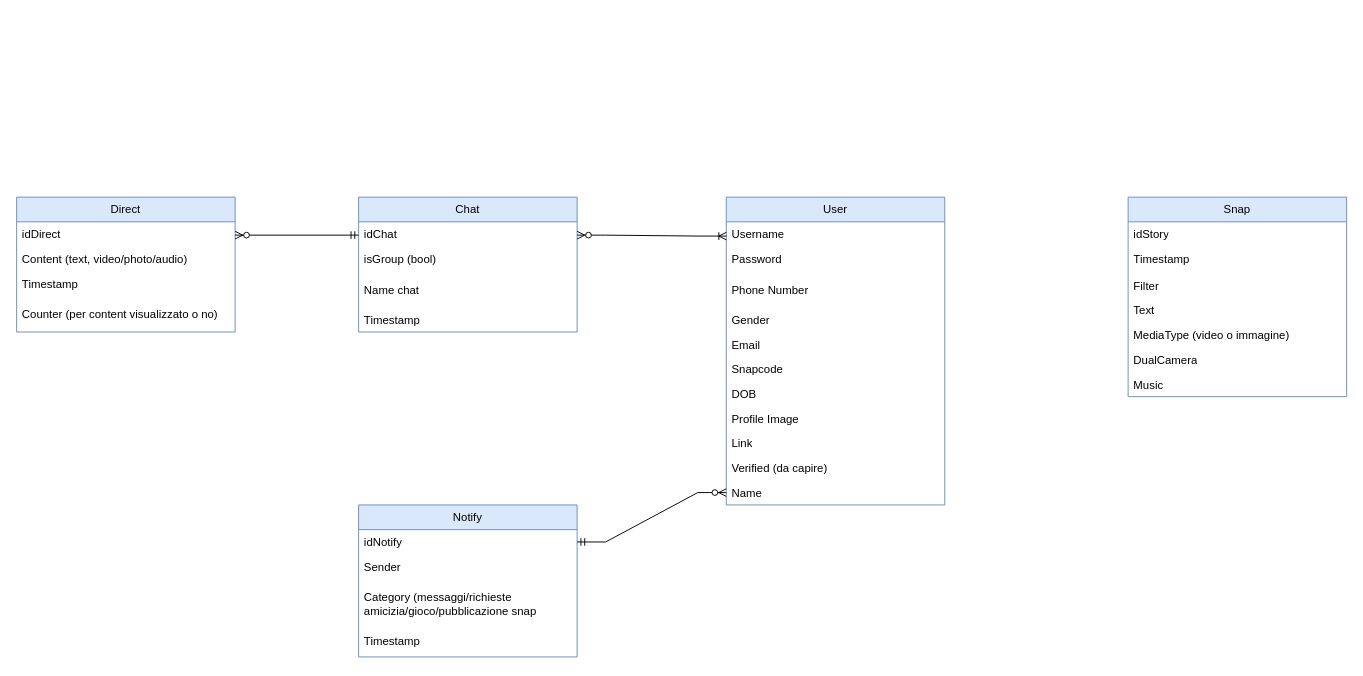
Antonet99/noSQL-Snapchat keeps this draw.io diagram as schema_concettuaale.drawio. Above is the earlier version. Source tidied: cells renumbered, new cells numbered last; positions are measured from the earlier drawing's top-left corner, leaving out a move shared by most shapes. Both pictures are drawn from the tidied source at 95%, with x=0, y=0 at pixel (16, 197).
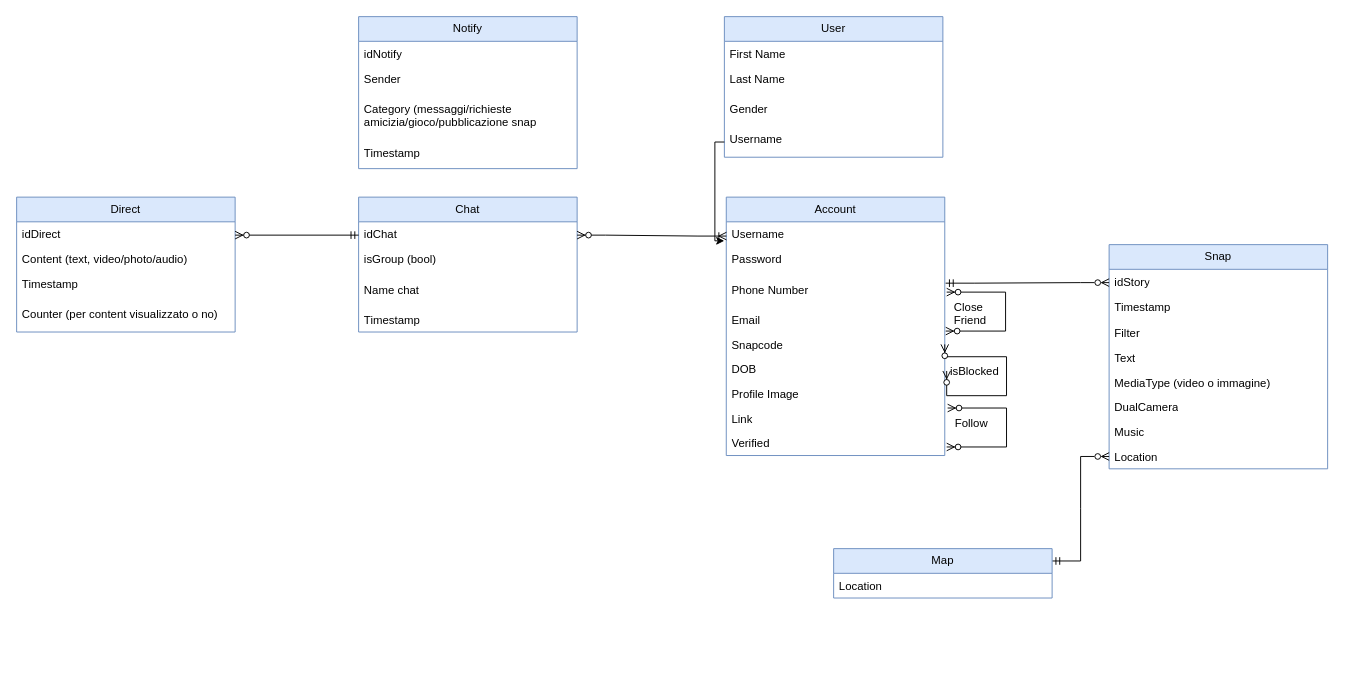
Above is the later version.

Unchanged cells that the change refers to:
```xml
<mxCell id="13" value="Username" style="text;strokeColor=none;fillColor=none;align=left;verticalAlign=top;spacingLeft=4;spacingRight=4;overflow=hidden;points=[[0,0.5],[1,0.5]];portConstraint=eastwest;whiteSpace=wrap;html=1;" parent="12" vertex="1">
  <mxGeometry y="26" width="230" height="26" as="geometry" />
</mxCell>
<mxCell id="15" value="Phone Number" style="text;strokeColor=none;fillColor=none;align=left;verticalAlign=top;spacingLeft=4;spacingRight=4;overflow=hidden;points=[[0,0.5],[1,0.5]];portConstraint=eastwest;whiteSpace=wrap;html=1;" parent="12" vertex="1">
  <mxGeometry y="84" width="230" height="32" as="geometry" />
</mxCell>
<mxCell id="33" value="idNotify" style="text;strokeColor=none;fillColor=none;align=left;verticalAlign=top;spacingLeft=4;spacingRight=4;overflow=hidden;points=[[0,0.5],[1,0.5]];portConstraint=eastwest;whiteSpace=wrap;html=1;" parent="32" vertex="1">
  <mxGeometry y="26" width="230" height="26" as="geometry" />
</mxCell>
```

The edit, as a diff of the source:
```diff
@@
-    <mxCell id="12" value="User" style="swimlane;fontStyle=0;horizontal=1;startSize=26;fillColor=#dae8fc;whiteSpace=wrap;html=1;strokeColor=#6c8ebf;" parent="1" vertex="1">
-      <mxGeometry x="747" width="230" height="324" as="geometry" />
+    <mxCell id="12" value="Account" style="swimlane;fontStyle=0;horizontal=1;startSize=26;fillColor=#dae8fc;whiteSpace=wrap;html=1;strokeColor=#6c8ebf;" parent="1" vertex="1">
+      <mxGeometry x="747" width="230" height="272" as="geometry" />
     </mxCell>
@@
-    <mxCell id="16" value="Gender" style="text;strokeColor=none;fillColor=none;align=left;verticalAlign=top;spacingLeft=4;spacingRight=4;overflow=hidden;whiteSpace=wrap;html=1;" parent="12" vertex="1">
-      <mxGeometry y="116" width="230" height="26" as="geometry" />
-    </mxCell>
     <mxCell id="17" value="Email" style="text;strokeColor=none;fillColor=none;align=left;verticalAlign=top;spacingLeft=4;spacingRight=4;overflow=hidden;whiteSpace=wrap;html=1;" parent="12" vertex="1">
-      <mxGeometry y="142" width="230" height="26" as="geometry" />
+      <mxGeometry y="116" width="230" height="26" as="geometry" />
     </mxCell>
     <mxCell id="18" value="Snapcode" style="text;strokeColor=none;fillColor=none;align=left;verticalAlign=top;spacingLeft=4;spacingRight=4;overflow=hidden;points=[[0,0.5],[1,0.5]];portConstraint=eastwest;whiteSpace=wrap;html=1;" parent="12" vertex="1">
-      <mxGeometry y="168" width="230" height="26" as="geometry" />
+      <mxGeometry y="142" width="230" height="26" as="geometry" />
     </mxCell>
     <mxCell id="19" value="DOB" style="text;strokeColor=none;fillColor=none;align=left;verticalAlign=top;spacingLeft=4;spacingRight=4;overflow=hidden;whiteSpace=wrap;html=1;" parent="12" vertex="1">
-      <mxGeometry y="194" width="230" height="26" as="geometry" />
+      <mxGeometry y="168" width="230" height="26" as="geometry" />
     </mxCell>
     <mxCell id="20" value="Profile Image" style="text;strokeColor=none;fillColor=none;align=left;verticalAlign=top;spacingLeft=4;spacingRight=4;overflow=hidden;whiteSpace=wrap;html=1;" parent="12" vertex="1">
-      <mxGeometry y="220" width="230" height="26" as="geometry" />
+      <mxGeometry y="194" width="230" height="26" as="geometry" />
     </mxCell>
     <mxCell id="21" value="Link" style="text;strokeColor=none;fillColor=none;align=left;verticalAlign=top;spacingLeft=4;spacingRight=4;overflow=hidden;whiteSpace=wrap;html=1;" parent="12" vertex="1">
-      <mxGeometry y="246" width="230" height="26" as="geometry" />
+      <mxGeometry y="220" width="230" height="26" as="geometry" />
     </mxCell>
+    <mxCell id="40" style="fontSize=12;html=1;endArrow=ERzeroToMany;endFill=1;startArrow=ERzeroToMany;rounded=0;edgeStyle=orthogonalEdgeStyle;exitX=1;exitY=0.5;exitDx=0;exitDy=0;entryX=1;entryY=0.5;entryDx=0;entryDy=0;" parent="12" edge="1" target="18">
+      <mxGeometry relative="1" as="geometry">
+        <mxPoint x="232" y="183" as="sourcePoint" />
+        <Array as="points">
+          <mxPoint x="232" y="209" />
+          <mxPoint x="295" y="209" />
+          <mxPoint x="295" y="168" />
+          <mxPoint x="230" y="168" />
+        </Array>
+      </mxGeometry>
+    </mxCell>
-    <mxCell id="22" value="Verified (da capire)" style="text;strokeColor=none;fillColor=none;align=left;verticalAlign=top;spacingLeft=4;spacingRight=4;overflow=hidden;whiteSpace=wrap;html=1;" parent="12" vertex="1">
-      <mxGeometry y="272" width="230" height="26" as="geometry" />
+    <mxCell id="22" value="Verified" style="text;strokeColor=none;fillColor=none;align=left;verticalAlign=top;spacingLeft=4;spacingRight=4;overflow=hidden;whiteSpace=wrap;html=1;" parent="12" vertex="1">
+      <mxGeometry y="246" width="230" height="26" as="geometry" />
     </mxCell>
-    <mxCell id="23" value="Name" style="text;strokeColor=none;fillColor=none;align=left;verticalAlign=top;spacingLeft=4;spacingRight=4;overflow=hidden;points=[[0,0.5],[1,0.5]];portConstraint=eastwest;whiteSpace=wrap;html=1;" parent="12" vertex="1">
-      <mxGeometry y="298" width="230" height="26" as="geometry" />
-    </mxCell>
     <mxCell id="24" value="Snap" style="swimlane;fontStyle=0;horizontal=1;startSize=26;fillColor=#dae8fc;whiteSpace=wrap;html=1;strokeColor=#6c8ebf;" parent="1" vertex="1">
-      <mxGeometry x="1170" width="230" height="210" as="geometry" />
+      <mxGeometry x="1150" y="50" width="230" height="236" as="geometry" />
     </mxCell>
@@
+    <mxCell id="41" value="Location" style="text;strokeColor=none;fillColor=none;align=left;verticalAlign=top;spacingLeft=4;spacingRight=4;overflow=hidden;points=[[0,0.5],[1,0.5]];portConstraint=eastwest;whiteSpace=wrap;html=1;" parent="24" vertex="1">
+      <mxGeometry y="210" width="230" height="26" as="geometry" />
+    </mxCell>
     <mxCell id="32" value="Notify" style="swimlane;fontStyle=0;horizontal=1;startSize=26;fillColor=#dae8fc;whiteSpace=wrap;html=1;strokeColor=#6c8ebf;" parent="1" vertex="1">
-      <mxGeometry x="360" y="324" width="230" height="160" as="geometry" />
+      <mxGeometry x="360" y="-190" width="230" height="160" as="geometry" />
     </mxCell>
@@
-    <mxCell id="39" style="edgeStyle=entityRelationEdgeStyle;fontSize=12;html=1;endArrow=ERzeroToMany;startArrow=ERmandOne;rounded=0;entryX=0;entryY=0.5;entryDx=0;entryDy=0;exitX=1;exitY=0.5;exitDx=0;exitDy=0;" parent="1" edge="1" source="33" target="23">
-      <mxGeometry relative="1" as="geometry">
-        <Array as="points">
-          <mxPoint x="680" y="440" />
-        </Array>
-      </mxGeometry>
-    </mxCell>
+    <mxCell id="42" value="isBlocked" style="text;strokeColor=none;fillColor=none;spacingLeft=4;spacingRight=4;overflow=hidden;fontSize=12;whiteSpace=wrap;html=1;" parent="1" vertex="1">
+      <mxGeometry x="977" y="170" width="65" height="30" as="geometry" />
+    </mxCell>
+    <mxCell id="43" style="fontSize=12;html=1;endArrow=ERzeroToMany;endFill=1;startArrow=ERzeroToMany;rounded=0;edgeStyle=orthogonalEdgeStyle;entryX=1.004;entryY=0.923;entryDx=0;entryDy=0;entryPerimeter=0;exitX=1;exitY=0.5;exitDx=0;exitDy=0;" parent="1" edge="1">
+      <mxGeometry relative="1" as="geometry">
+        <mxPoint x="979" y="263" as="sourcePoint" />
+        <mxPoint x="980" y="222" as="targetPoint" />
+        <Array as="points">
+          <mxPoint x="1042" y="263" />
+          <mxPoint x="1042" y="222" />
+        </Array>
+      </mxGeometry>
+    </mxCell>
+    <mxCell id="44" value="Follow" style="text;strokeColor=none;fillColor=none;spacingLeft=4;spacingRight=4;overflow=hidden;fontSize=12;whiteSpace=wrap;html=1;" parent="1" vertex="1">
+      <mxGeometry x="982" y="224" width="50" height="30" as="geometry" />
+    </mxCell>
+    <mxCell id="45" value="Close&lt;br&gt;Friend" style="text;strokeColor=none;fillColor=none;spacingLeft=4;spacingRight=4;overflow=hidden;fontSize=12;whiteSpace=wrap;html=1;" parent="1" vertex="1">
+      <mxGeometry x="981" y="102" width="50" height="30" as="geometry" />
+    </mxCell>
+    <mxCell id="46" style="fontSize=12;html=1;endArrow=ERzeroToMany;endFill=1;startArrow=ERzeroToMany;rounded=0;edgeStyle=orthogonalEdgeStyle;entryX=1.004;entryY=0.923;entryDx=0;entryDy=0;entryPerimeter=0;exitX=1;exitY=0.5;exitDx=0;exitDy=0;" parent="1" edge="1">
+      <mxGeometry relative="1" as="geometry">
+        <mxPoint x="978" y="141" as="sourcePoint" />
+        <mxPoint x="979" y="100" as="targetPoint" />
+        <Array as="points">
+          <mxPoint x="1041" y="141" />
+          <mxPoint x="1041" y="100" />
+        </Array>
+      </mxGeometry>
+    </mxCell>
+    <mxCell id="47" style="edgeStyle=entityRelationEdgeStyle;fontSize=12;html=1;endArrow=ERzeroToMany;startArrow=ERmandOne;rounded=0;exitX=1.004;exitY=0.205;exitDx=0;exitDy=0;exitPerimeter=0;startFill=0;endFill=0;" parent="1" edge="1" source="15">
+      <mxGeometry relative="1" as="geometry">
+        <mxPoint x="1150" y="90" as="targetPoint" />
+      </mxGeometry>
+    </mxCell>
+    <mxCell id="48" style="edgeStyle=entityRelationEdgeStyle;fontSize=12;html=1;endArrow=ERzeroToMany;startArrow=ERmandOne;rounded=0;startFill=0;endFill=0;entryX=0;entryY=0.5;entryDx=0;entryDy=0;exitX=1;exitY=0.25;exitDx=0;exitDy=0;" parent="1" edge="1" source="49" target="41">
+      <mxGeometry relative="1" as="geometry" />
+    </mxCell>
+    <mxCell id="49" value="Map" style="swimlane;fontStyle=0;horizontal=1;startSize=26;fillColor=#dae8fc;whiteSpace=wrap;html=1;strokeColor=#6c8ebf;" parent="1" vertex="1">
+      <mxGeometry x="860" y="370" width="230" height="52" as="geometry" />
+    </mxCell>
+    <mxCell id="50" value="Location" style="text;strokeColor=none;fillColor=none;align=left;verticalAlign=top;spacingLeft=4;spacingRight=4;overflow=hidden;whiteSpace=wrap;html=1;" parent="49" vertex="1">
+      <mxGeometry y="26" width="230" height="26" as="geometry" />
+    </mxCell>
+    <mxCell id="51" value="User" style="swimlane;fontStyle=0;horizontal=1;startSize=26;fillColor=#dae8fc;whiteSpace=wrap;html=1;strokeColor=#6c8ebf;" parent="1" vertex="1">
+      <mxGeometry x="745" y="-190" width="230" height="148" as="geometry" />
+    </mxCell>
+    <mxCell id="52" value="First Name" style="text;strokeColor=none;fillColor=none;align=left;verticalAlign=top;spacingLeft=4;spacingRight=4;overflow=hidden;whiteSpace=wrap;html=1;" parent="51" vertex="1">
+      <mxGeometry y="26" width="230" height="26" as="geometry" />
+    </mxCell>
+    <mxCell id="53" value="Last Name" style="text;strokeColor=none;fillColor=none;align=left;verticalAlign=top;spacingLeft=4;spacingRight=4;overflow=hidden;whiteSpace=wrap;html=1;" parent="51" vertex="1">
+      <mxGeometry y="52" width="230" height="32" as="geometry" />
+    </mxCell>
+    <mxCell id="16" value="Gender" style="text;strokeColor=none;fillColor=none;align=left;verticalAlign=top;spacingLeft=4;spacingRight=4;overflow=hidden;whiteSpace=wrap;html=1;" parent="51" vertex="1">
+      <mxGeometry y="84" width="230" height="32" as="geometry" />
+    </mxCell>
+    <mxCell id="54" value="Username" style="text;strokeColor=none;fillColor=none;align=left;verticalAlign=top;spacingLeft=4;spacingRight=4;overflow=hidden;points=[[0,0.5],[1,0.5]];portConstraint=eastwest;whiteSpace=wrap;html=1;" parent="51" vertex="1">
+      <mxGeometry y="116" width="230" height="32" as="geometry" />
+    </mxCell>
+    <mxCell id="55" style="endArrow=classic;html=1;rounded=0;exitX=0;exitY=0.5;exitDx=0;exitDy=0;edgeStyle=orthogonalEdgeStyle;entryX=-0.009;entryY=0.769;entryDx=0;entryDy=0;entryPerimeter=0;" parent="1" edge="1" source="54" target="13">
+      <mxGeometry relative="1" as="geometry" />
+    </mxCell>
```
